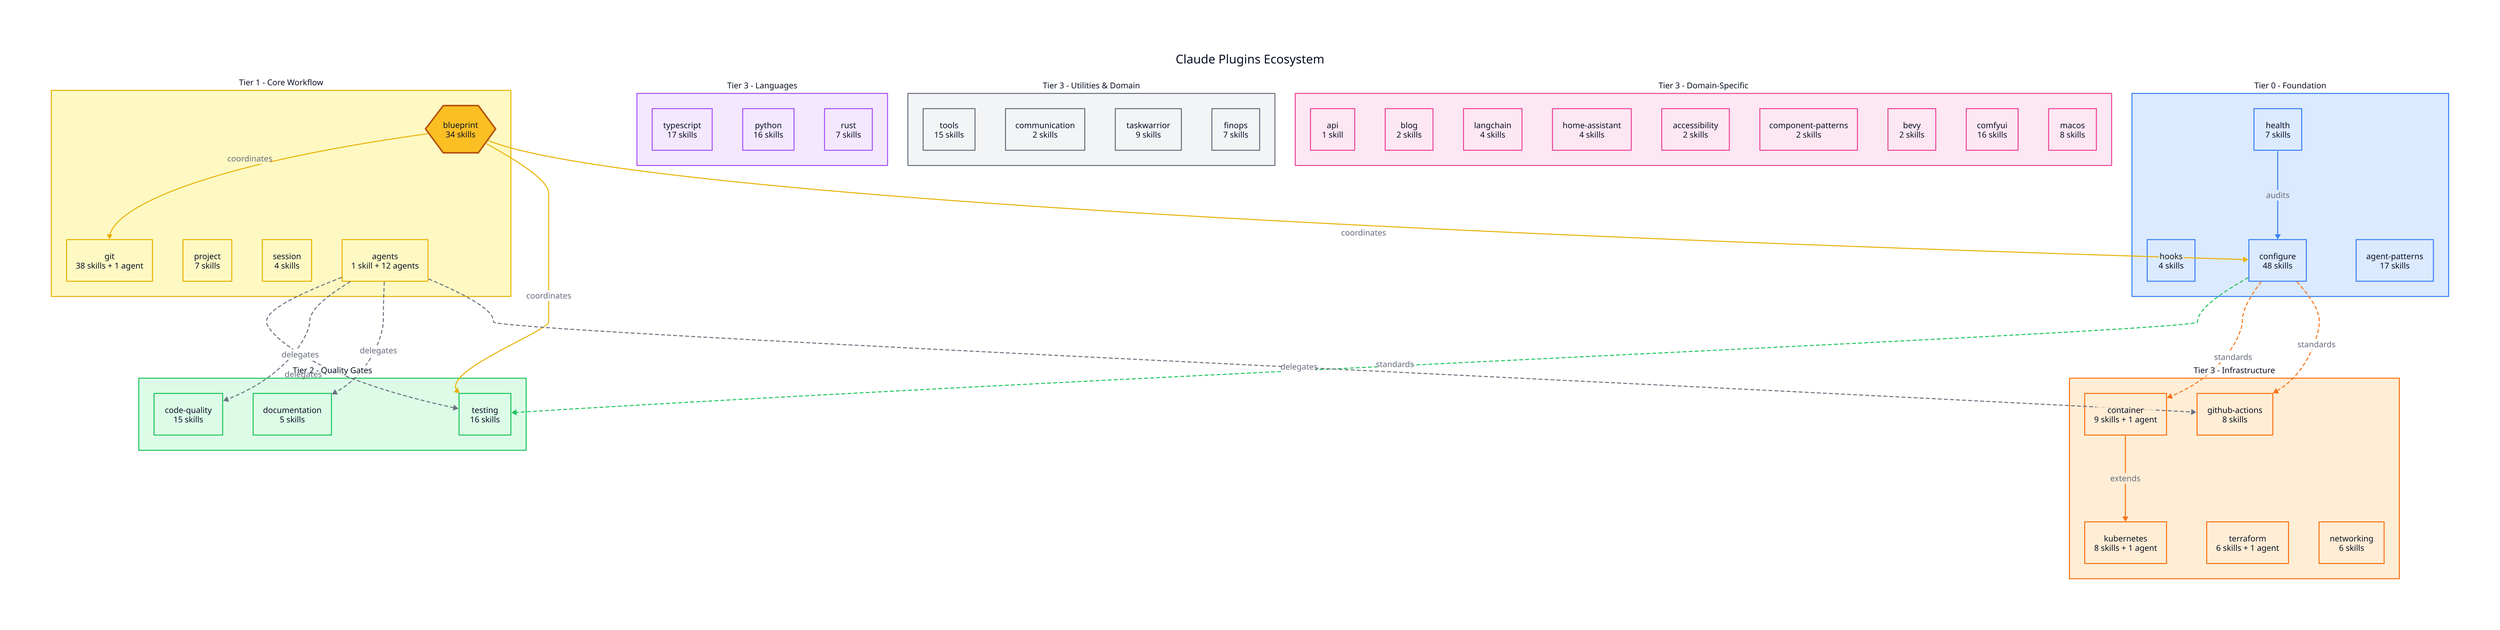
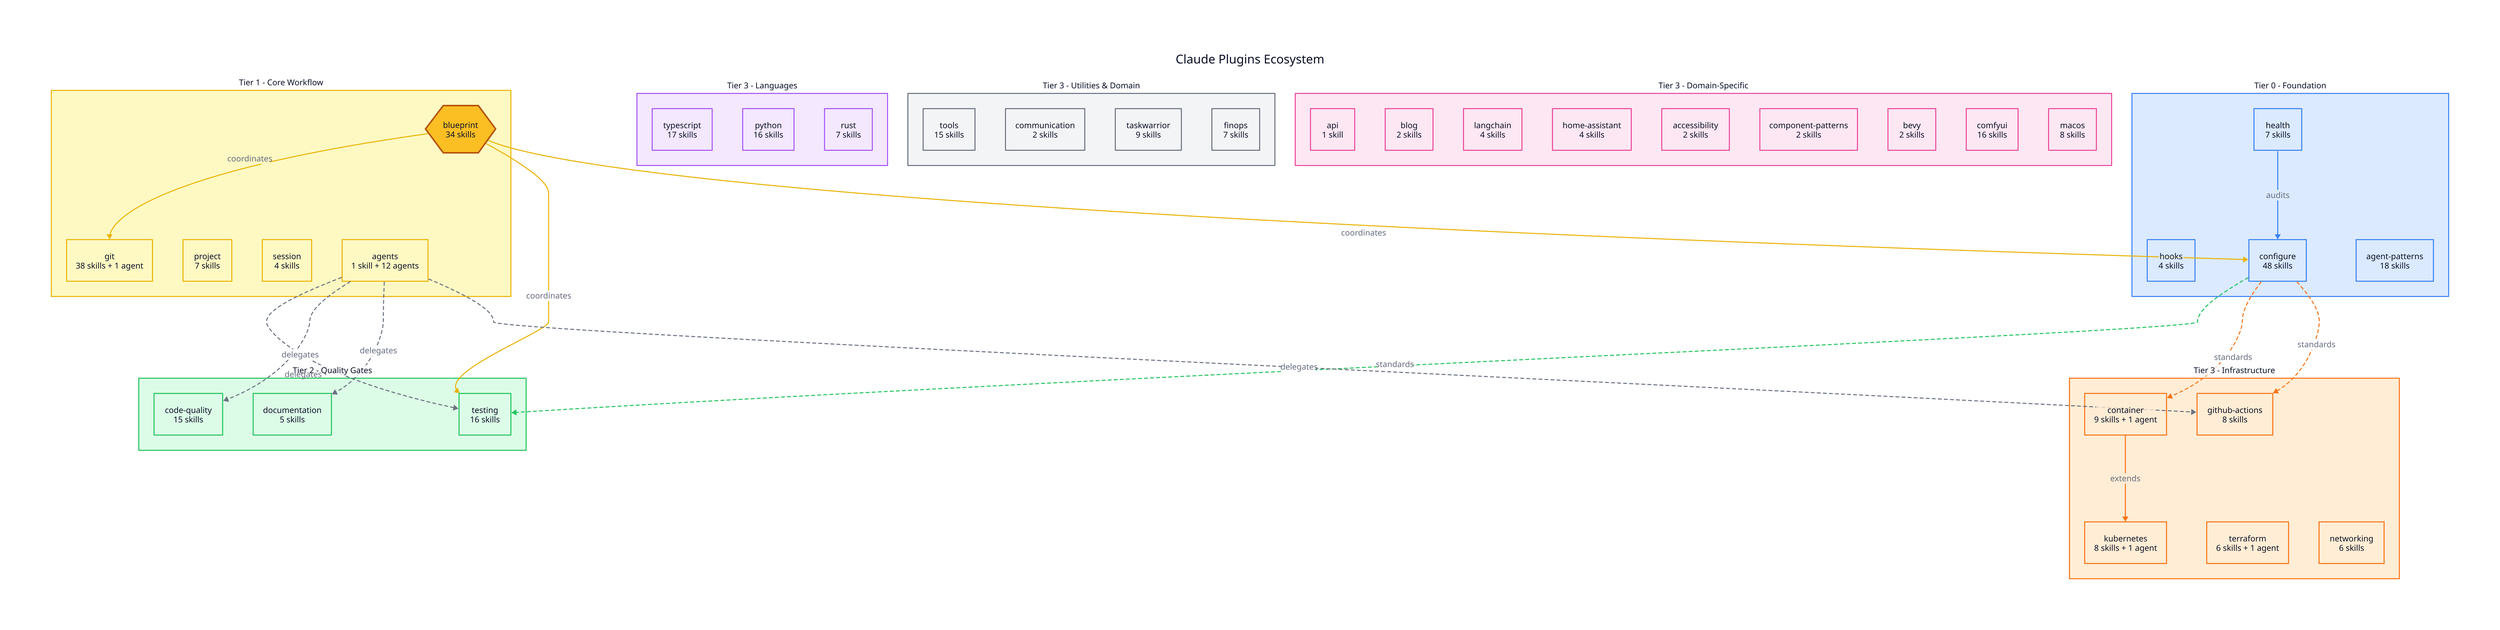
direction: down

title: "Claude Plugins Ecosystem" {
  near: top-center
  shape: text
  style: {
    font-size: 24
    bold: true
  }
}

# === CLASSES ===
classes: {
  foundation: {
    style.fill: "#dbeafe"
    style.stroke: "#3b82f6"
  }
  core: {
    style.fill: "#fef9c3"
    style.stroke: "#eab308"
  }
  quality: {
    style.fill: "#dcfce7"
    style.stroke: "#22c55e"
  }
  language: {
    style.fill: "#f3e8ff"
    style.stroke: "#a855f7"
  }
  infra: {
    style.fill: "#ffedd5"
    style.stroke: "#f97316"
  }
  utility: {
    style.fill: "#f3f4f6"
    style.stroke: "#6b7280"
  }
  domain: {
    style.fill: "#fce7f3"
    style.stroke: "#ec4899"
  }
}

# === TIER 0: FOUNDATION ===
foundation: {
  label: "Tier 0 - Foundation"
  class: foundation
  style.font-size: 16
  style.bold: true

  health: {
    label: "health\n7 skills"
    shape: rectangle
    class: foundation
  }
  hooks: {
    label: "hooks\n4 skills"
    shape: rectangle
    class: foundation
  }
  configure: {
    label: "configure\n48 skills"
    shape: rectangle
    class: foundation
  }
  agent-patterns: {
-     label: "agent-patterns\n17 skills"
+     label: "agent-patterns\n18 skills"
    shape: rectangle
    class: foundation
  }
}

# === TIER 1: CORE WORKFLOW ===
core: {
  label: "Tier 1 - Core Workflow"
  class: core
  style.font-size: 16
  style.bold: true

  blueprint: {
    label: "blueprint\n34 skills"
    shape: hexagon
    style.fill: "#fbbf24"
    style.stroke: "#b45309"
    style.stroke-width: 3
  }
  git: {
    label: "git\n38 skills + 1 agent"
    shape: rectangle
    class: core
  }
  project: {
    label: "project\n7 skills"
    shape: rectangle
    class: core
  }
  session: {
    label: "session\n4 skills"
    shape: rectangle
    class: core
  }
  agents: {
    label: "agents\n1 skill + 12 agents"
    shape: rectangle
    class: core
  }
}

# === TIER 2: QUALITY GATES ===
quality: {
  label: "Tier 2 - Quality Gates"
  class: quality
  style.font-size: 16
  style.bold: true

  testing: {
    label: "testing\n16 skills"
    shape: rectangle
    class: quality
  }
  code-quality: {
    label: "code-quality\n15 skills"
    shape: rectangle
    class: quality
  }
  documentation: {
    label: "documentation\n5 skills"
    shape: rectangle
    class: quality
  }
}

# === TIER 3: LANGUAGE ===
language: {
  label: "Tier 3 - Languages"
  class: language
  style.font-size: 16
  style.bold: true

  typescript: {
    label: "typescript\n17 skills"
    shape: rectangle
    class: language
  }
  python: {
    label: "python\n16 skills"
    shape: rectangle
    class: language
  }
  rust: {
    label: "rust\n7 skills"
    shape: rectangle
    class: language
  }
}

# === TIER 3: INFRASTRUCTURE ===
infra: {
  label: "Tier 3 - Infrastructure"
  class: infra
  style.font-size: 16
  style.bold: true

  container: {
    label: "container\n9 skills + 1 agent"
    shape: rectangle
    class: infra
  }
  kubernetes: {
    label: "kubernetes\n8 skills + 1 agent"
    shape: rectangle
    class: infra
  }
  terraform: {
    label: "terraform\n6 skills + 1 agent"
    shape: rectangle
    class: infra
  }
  github-actions: {
    label: "github-actions\n8 skills"
    shape: rectangle
    class: infra
  }
  networking: {
    label: "networking\n6 skills"
    shape: rectangle
    class: infra
  }
}

# === TIER 3: UTILITIES & DOMAIN ===
utilities: {
  label: "Tier 3 - Utilities & Domain"
  class: utility
  style.font-size: 16
  style.bold: true

  tools: {
    label: "tools\n15 skills"
    shape: rectangle
    class: utility
  }
  communication: {
    label: "communication\n2 skills"
    shape: rectangle
    class: utility
  }
  taskwarrior: {
    label: "taskwarrior\n9 skills"
    shape: rectangle
    class: utility
  }
  finops: {
    label: "finops\n7 skills"
    shape: rectangle
    class: utility
  }
}

domain: {
  label: "Tier 3 - Domain-Specific"
  class: domain
  style.font-size: 16
  style.bold: true

  api: {
    label: "api\n1 skill"
    shape: rectangle
    class: domain
  }
  blog: {
    label: "blog\n2 skills"
    shape: rectangle
    class: domain
  }
  langchain: {
    label: "langchain\n4 skills"
    shape: rectangle
    class: domain
  }
  home-assistant: {
    label: "home-assistant\n4 skills"
    shape: rectangle
    class: domain
  }
  accessibility: {
    label: "accessibility\n2 skills"
    shape: rectangle
    class: domain
  }
  component-patterns: {
    label: "component-patterns\n2 skills"
    shape: rectangle
    class: domain
  }
  bevy: {
    label: "bevy\n2 skills"
    shape: rectangle
    class: domain
  }
  comfyui: {
    label: "comfyui\n16 skills"
    shape: rectangle
    class: domain
  }
  macos: {
    label: "macos\n8 skills"
    shape: rectangle
    class: domain
  }
}

# === RELATIONSHIPS ===

# Foundation flows
foundation.health -> foundation.configure: "audits" {
  style.stroke: "#3b82f6"
}

# Configure provides standards for
foundation.configure -> quality.testing: "standards" {
  style.stroke: "#22c55e"
  style.stroke-dash: 3
}
foundation.configure -> infra.container: "standards" {
  style.stroke: "#f97316"
  style.stroke-dash: 3
}
foundation.configure -> infra.github-actions: "standards" {
  style.stroke: "#f97316"
  style.stroke-dash: 3
}

# Blueprint coordinates
core.blueprint -> core.git: "coordinates" {
  style.stroke: "#eab308"
}
core.blueprint -> quality.testing: "coordinates" {
  style.stroke: "#eab308"
}
core.blueprint -> foundation.configure: "coordinates" {
  style.stroke: "#eab308"
}

# Agents delegate to
core.agents -> quality.testing: "delegates" {
  style.stroke: "#6b7280"
  style.stroke-dash: 3
}
core.agents -> quality.code-quality: "delegates" {
  style.stroke: "#6b7280"
  style.stroke-dash: 3
}
core.agents -> quality.documentation: "delegates" {
  style.stroke: "#6b7280"
  style.stroke-dash: 3
}
core.agents -> infra.github-actions: "delegates" {
  style.stroke: "#6b7280"
  style.stroke-dash: 3
}

# Infrastructure extends
infra.container -> infra.kubernetes: "extends" {
  style.stroke: "#f97316"
}
